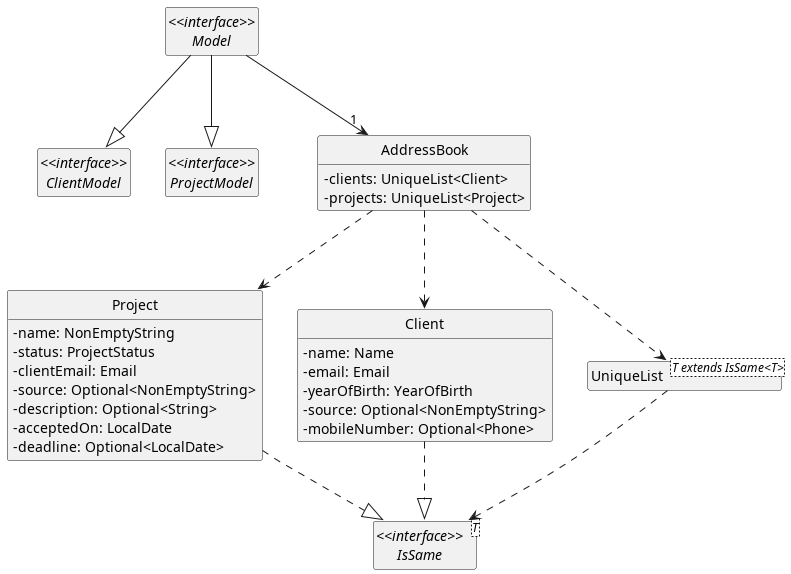
Above: docs/images/model/ModelClassDiagram.png in nus-cs2103-AY2223S2/tp (PlantUML), before the change. Source of this version:
```plantuml
@startuml ModelClassDiagram

!include ../styleSimple.puml

interface "<<interface>>\nClientModel" as ClientModel
interface "<<interface>>\nProjectModel" as ProjectModel
interface "<<interface>>\nModel" as Model
class AddressBook {
	- clients: UniqueList<Client>
	- projects: UniqueList<Project>
}
class Project {
	- name: NonEmptyString
	- status: ProjectStatus
	- clientEmail: Email
	- source: Optional<NonEmptyString>
	- description: Optional<String>
	- acceptedOn: LocalDate
	- deadline: Optional<LocalDate>
}
class Client {
	- name: Name
	- email: Email
	- yearOfBirth: YearOfBirth
	- source: Optional<NonEmptyString>
	- mobileNumber: Optional<Phone>
}
class UniqueList<T extends IsSame<T>>
interface "<<interface>>\nIsSame<T>" as IsSame

Model --|> ClientModel
Model --|> ProjectModel
Model --> "1" AddressBook

AddressBook ..> UniqueList
AddressBook ..> Project
AddressBook ..> Client

UniqueList ..> IsSame

Project ..|> IsSame
Client ..|> IsSame


@enduml
```
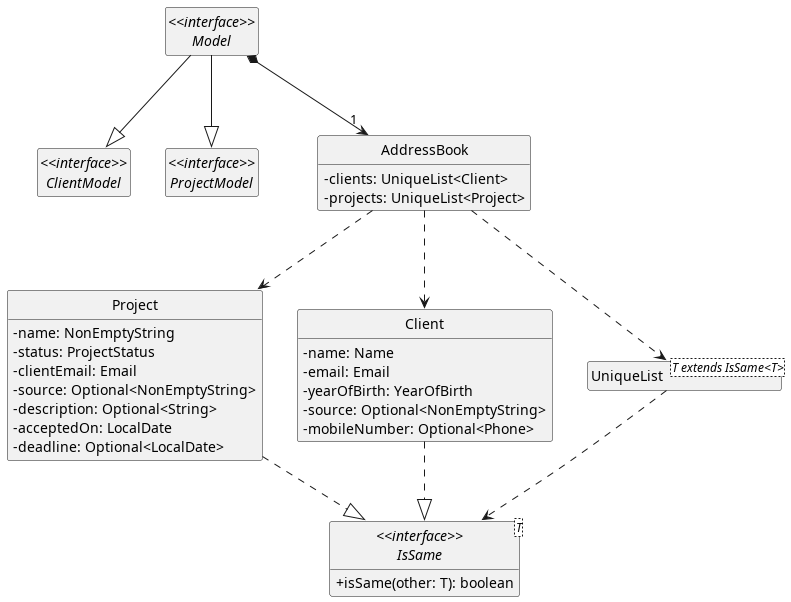
After the commit.

Commit message:
Update model class diagram with attributes on IsSame

Change to the diagram source:
```diff
@@ -26,11 +26,13 @@
 	- mobileNumber: Optional<Phone>
 }
 class UniqueList<T extends IsSame<T>>
-interface "<<interface>>\nIsSame<T>" as IsSame
+interface "<<interface>>\nIsSame<T>" as IsSame {
+	+ isSame(other: T): boolean
+}
 
 Model --|> ClientModel
 Model --|> ProjectModel
-Model --> "1" AddressBook
+Model *--> "1" AddressBook
 
 AddressBook ..> UniqueList
 AddressBook ..> Project
```
